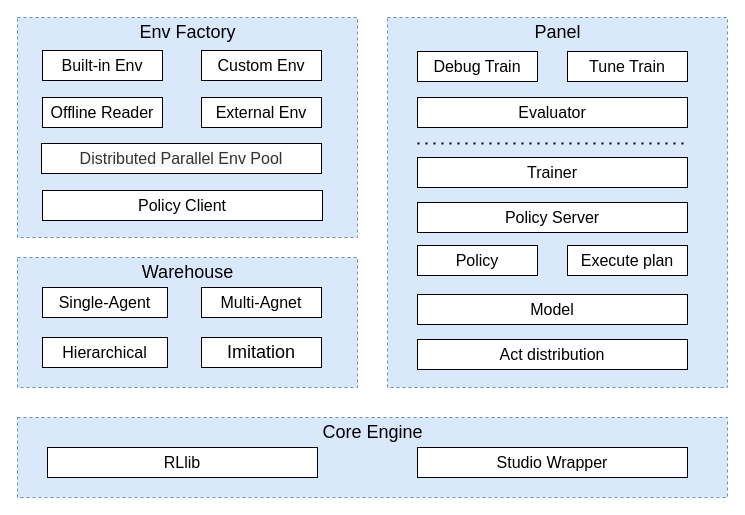
japsonzbz/Miscellaneous keeps this draw.io diagram as Untitled Diagram.drawio. Above is the earlier version. Source tidied: cells renumbered, new cells numbered last; positions are measured from the earlier drawing's top-left corner, leaving out a move shared by most shapes. Both pictures are drawn from the tidied source at 100%, with x=0, y=0 at pixel (17, 17).
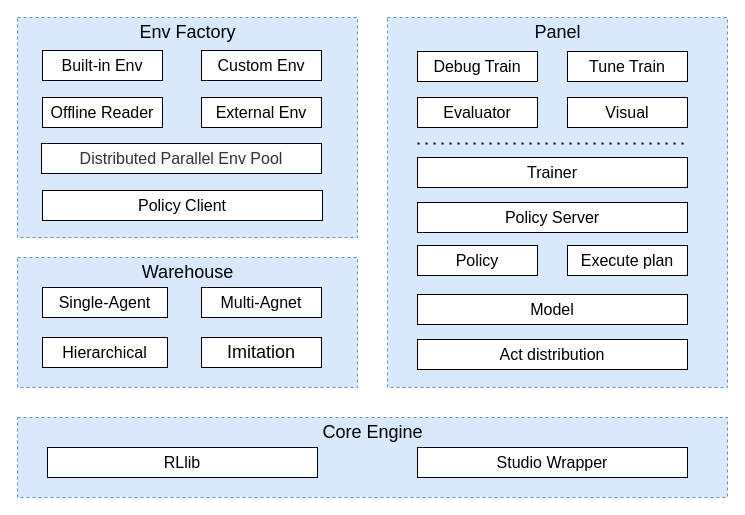
The same diagram, later.

Commit message:
rl-workbench 功能示意图.drawio

Change to the diagram source:
```diff
@@
     <mxCell id="27" value="&lt;span style=&quot;font-size: 16px&quot;&gt;Evaluator&lt;/span&gt;" style="rounded=0;whiteSpace=wrap;html=1;fontSize=18;" parent="1" vertex="1">
-      <mxGeometry x="400" y="80" width="270" height="30" as="geometry" />
+      <mxGeometry x="400" y="80" width="120" height="30" as="geometry" />
     </mxCell>
@@
+    <mxCell id="34" value="&lt;span style=&quot;font-size: 16px&quot;&gt;Visual&lt;/span&gt;" style="rounded=0;whiteSpace=wrap;html=1;fontSize=18;" parent="1" vertex="1">
+      <mxGeometry x="550" y="80" width="120" height="30" as="geometry" />
+    </mxCell>
```
